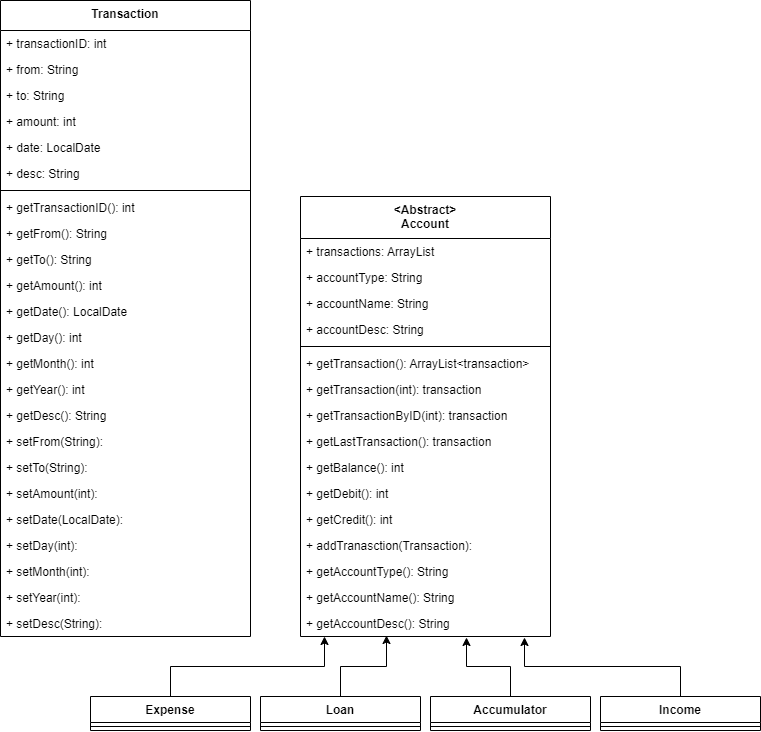
The draw.io diagram src/main/model/UML.png in Anmol-Ghadia/FinTrack-Transaction-Manager, before a commit. Source tidied: cells renumbered, new cells last; positions are measured from the earlier drawing's top-left corner, leaving out a move shared by most shapes.
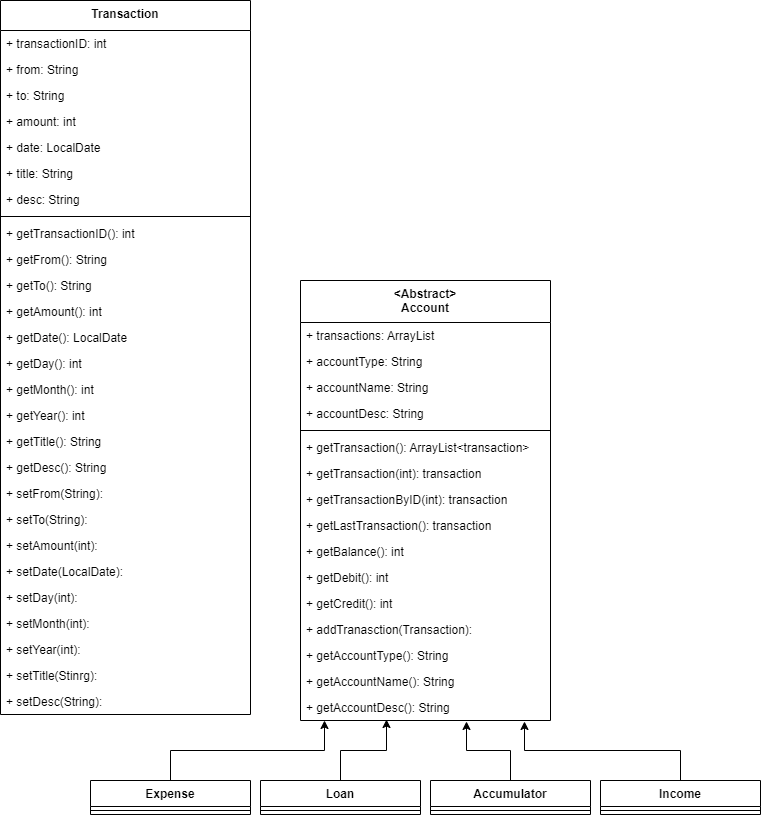
Later version of the same file.

Diff of the diagram source:
```diff
@@ -90,7 +90,7 @@
       <mxGeometry y="26" width="160" height="8" as="geometry" />
     </mxCell>
     <mxCell id="31" value="Transaction" style="swimlane;fontStyle=1;align=center;verticalAlign=top;horizontal=1;startSize=30;" parent="1" vertex="1">
-      <mxGeometry width="250" height="636" as="geometry" />
+      <mxGeometry y="-84" width="250" height="714" as="geometry" />
     </mxCell>
     <mxCell id="32" value="+ transactionID: int " style="text;strokeColor=none;fillColor=none;align=left;verticalAlign=top;spacingLeft=4;spacingRight=4;overflow=hidden;" parent="31" vertex="1">
       <mxGeometry y="30" width="250" height="26" as="geometry" />
@@ -107,62 +107,71 @@
     <mxCell id="36" value="+ date: LocalDate" style="text;strokeColor=none;fillColor=none;align=left;verticalAlign=top;spacingLeft=4;spacingRight=4;overflow=hidden;" parent="31" vertex="1">
       <mxGeometry y="134" width="250" height="26" as="geometry" />
     </mxCell>
+    <mxCell id="56" value="+ title: String" style="text;strokeColor=none;fillColor=none;align=left;verticalAlign=top;spacingLeft=4;spacingRight=4;overflow=hidden;" parent="31" vertex="1">
+      <mxGeometry y="160" width="250" height="26" as="geometry" />
+    </mxCell>
     <mxCell id="37" value="+ desc: String" style="text;strokeColor=none;fillColor=none;align=left;verticalAlign=top;spacingLeft=4;spacingRight=4;overflow=hidden;" parent="31" vertex="1">
-      <mxGeometry y="160" width="250" height="26" as="geometry" />
+      <mxGeometry y="186" width="250" height="26" as="geometry" />
     </mxCell>
     <mxCell id="38" style="line;strokeWidth=1;fillColor=none;align=left;verticalAlign=middle;spacingTop=-1;spacingLeft=3;spacingRight=3;labelPosition=right;strokeColor=inherit;" parent="31" vertex="1">
-      <mxGeometry y="186" width="250" height="8" as="geometry" />
+      <mxGeometry y="212" width="250" height="8" as="geometry" />
     </mxCell>
     <mxCell id="39" value="+ getTransactionID(): int" style="text;strokeColor=none;fillColor=none;align=left;verticalAlign=top;spacingLeft=4;spacingRight=4;overflow=hidden;" parent="31" vertex="1">
-      <mxGeometry y="194" width="250" height="26" as="geometry" />
+      <mxGeometry y="220" width="250" height="26" as="geometry" />
     </mxCell>
     <mxCell id="40" value="+ getFrom(): String" style="text;strokeColor=none;fillColor=none;align=left;verticalAlign=top;spacingLeft=4;spacingRight=4;overflow=hidden;" parent="31" vertex="1">
-      <mxGeometry y="220" width="250" height="26" as="geometry" />
+      <mxGeometry y="246" width="250" height="26" as="geometry" />
     </mxCell>
     <mxCell id="41" value="+ getTo(): String" style="text;strokeColor=none;fillColor=none;align=left;verticalAlign=top;spacingLeft=4;spacingRight=4;overflow=hidden;" parent="31" vertex="1">
-      <mxGeometry y="246" width="250" height="26" as="geometry" />
+      <mxGeometry y="272" width="250" height="26" as="geometry" />
     </mxCell>
     <mxCell id="42" value="+ getAmount(): int" style="text;strokeColor=none;fillColor=none;align=left;verticalAlign=top;spacingLeft=4;spacingRight=4;overflow=hidden;" parent="31" vertex="1">
-      <mxGeometry y="272" width="250" height="26" as="geometry" />
+      <mxGeometry y="298" width="250" height="26" as="geometry" />
     </mxCell>
     <mxCell id="43" value="+ getDate(): LocalDate" style="text;strokeColor=none;fillColor=none;align=left;verticalAlign=top;spacingLeft=4;spacingRight=4;overflow=hidden;" parent="31" vertex="1">
-      <mxGeometry y="298" width="250" height="26" as="geometry" />
+      <mxGeometry y="324" width="250" height="26" as="geometry" />
     </mxCell>
     <mxCell id="44" value="+ getDay(): int" style="text;strokeColor=none;fillColor=none;align=left;verticalAlign=top;spacingLeft=4;spacingRight=4;overflow=hidden;" parent="31" vertex="1">
-      <mxGeometry y="324" width="250" height="26" as="geometry" />
+      <mxGeometry y="350" width="250" height="26" as="geometry" />
     </mxCell>
     <mxCell id="45" value="+ getMonth(): int" style="text;strokeColor=none;fillColor=none;align=left;verticalAlign=top;spacingLeft=4;spacingRight=4;overflow=hidden;" parent="31" vertex="1">
-      <mxGeometry y="350" width="250" height="26" as="geometry" />
+      <mxGeometry y="376" width="250" height="26" as="geometry" />
     </mxCell>
     <mxCell id="46" value="+ getYear(): int" style="text;strokeColor=none;fillColor=none;align=left;verticalAlign=top;spacingLeft=4;spacingRight=4;overflow=hidden;" parent="31" vertex="1">
-      <mxGeometry y="376" width="250" height="26" as="geometry" />
+      <mxGeometry y="402" width="250" height="26" as="geometry" />
     </mxCell>
+    <mxCell id="57" value="+ getTitle(): String" style="text;strokeColor=none;fillColor=none;align=left;verticalAlign=top;spacingLeft=4;spacingRight=4;overflow=hidden;" parent="31" vertex="1">
+      <mxGeometry y="428" width="250" height="26" as="geometry" />
+    </mxCell>
     <mxCell id="47" value="+ getDesc(): String" style="text;strokeColor=none;fillColor=none;align=left;verticalAlign=top;spacingLeft=4;spacingRight=4;overflow=hidden;" parent="31" vertex="1">
-      <mxGeometry y="402" width="250" height="26" as="geometry" />
+      <mxGeometry y="454" width="250" height="26" as="geometry" />
     </mxCell>
     <mxCell id="48" value="+ setFrom(String):" style="text;strokeColor=none;fillColor=none;align=left;verticalAlign=top;spacingLeft=4;spacingRight=4;overflow=hidden;" parent="31" vertex="1">
-      <mxGeometry y="428" width="250" height="26" as="geometry" />
+      <mxGeometry y="480" width="250" height="26" as="geometry" />
     </mxCell>
     <mxCell id="49" value="+ setTo(String):" style="text;strokeColor=none;fillColor=none;align=left;verticalAlign=top;spacingLeft=4;spacingRight=4;overflow=hidden;" parent="31" vertex="1">
-      <mxGeometry y="454" width="250" height="26" as="geometry" />
+      <mxGeometry y="506" width="250" height="26" as="geometry" />
     </mxCell>
     <mxCell id="50" value="+ setAmount(int): " style="text;strokeColor=none;fillColor=none;align=left;verticalAlign=top;spacingLeft=4;spacingRight=4;overflow=hidden;" parent="31" vertex="1">
-      <mxGeometry y="480" width="250" height="26" as="geometry" />
+      <mxGeometry y="532" width="250" height="26" as="geometry" />
     </mxCell>
     <mxCell id="51" value="+ setDate(LocalDate):" style="text;strokeColor=none;fillColor=none;align=left;verticalAlign=top;spacingLeft=4;spacingRight=4;overflow=hidden;" parent="31" vertex="1">
-      <mxGeometry y="506" width="250" height="26" as="geometry" />
+      <mxGeometry y="558" width="250" height="26" as="geometry" />
     </mxCell>
     <mxCell id="52" value="+ setDay(int):" style="text;strokeColor=none;fillColor=none;align=left;verticalAlign=top;spacingLeft=4;spacingRight=4;overflow=hidden;" parent="31" vertex="1">
-      <mxGeometry y="532" width="250" height="26" as="geometry" />
+      <mxGeometry y="584" width="250" height="26" as="geometry" />
     </mxCell>
     <mxCell id="53" value="+ setMonth(int):" style="text;strokeColor=none;fillColor=none;align=left;verticalAlign=top;spacingLeft=4;spacingRight=4;overflow=hidden;" parent="31" vertex="1">
-      <mxGeometry y="558" width="250" height="26" as="geometry" />
+      <mxGeometry y="610" width="250" height="26" as="geometry" />
     </mxCell>
     <mxCell id="54" value="+ setYear(int):" style="text;strokeColor=none;fillColor=none;align=left;verticalAlign=top;spacingLeft=4;spacingRight=4;overflow=hidden;" parent="31" vertex="1">
-      <mxGeometry y="584" width="250" height="26" as="geometry" />
+      <mxGeometry y="636" width="250" height="26" as="geometry" />
     </mxCell>
+    <mxCell id="58" value="+ setTitle(Stinrg): " style="text;strokeColor=none;fillColor=none;align=left;verticalAlign=top;spacingLeft=4;spacingRight=4;overflow=hidden;" parent="31" vertex="1">
+      <mxGeometry y="662" width="250" height="26" as="geometry" />
+    </mxCell>
     <mxCell id="55" value="+ setDesc(String): " style="text;strokeColor=none;fillColor=none;align=left;verticalAlign=top;spacingLeft=4;spacingRight=4;overflow=hidden;" parent="31" vertex="1">
-      <mxGeometry y="610" width="250" height="26" as="geometry" />
+      <mxGeometry y="688" width="250" height="26" as="geometry" />
     </mxCell>
   </root>
 </mxGraphModel>
```
